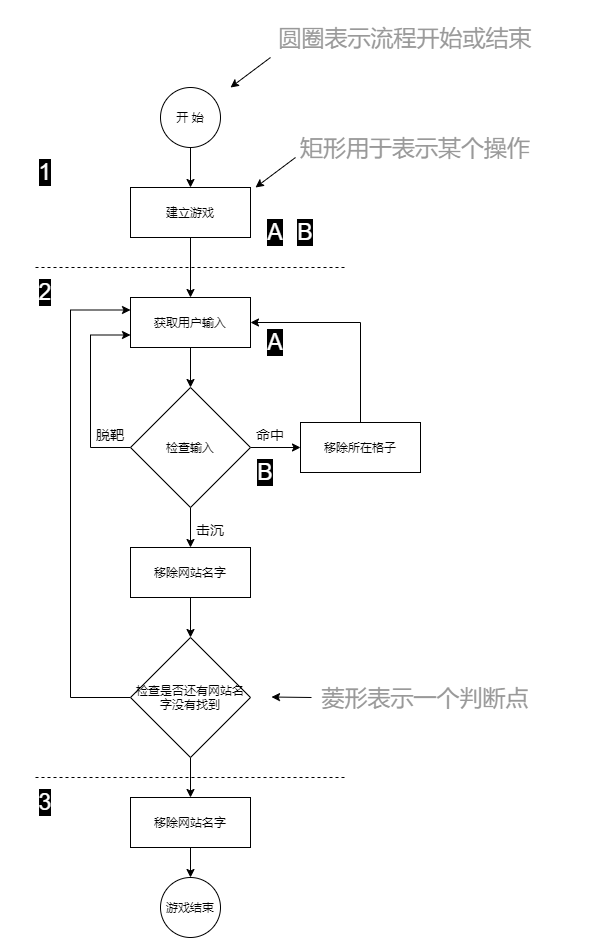
Earlier version of the draw.io export docs/images/Ch05.png (gnu4cn/learningJava). Source tidied: cells renumbered, new cells last; positions are measured from the earlier drawing's top-left corner, leaving out a move shared by most shapes.
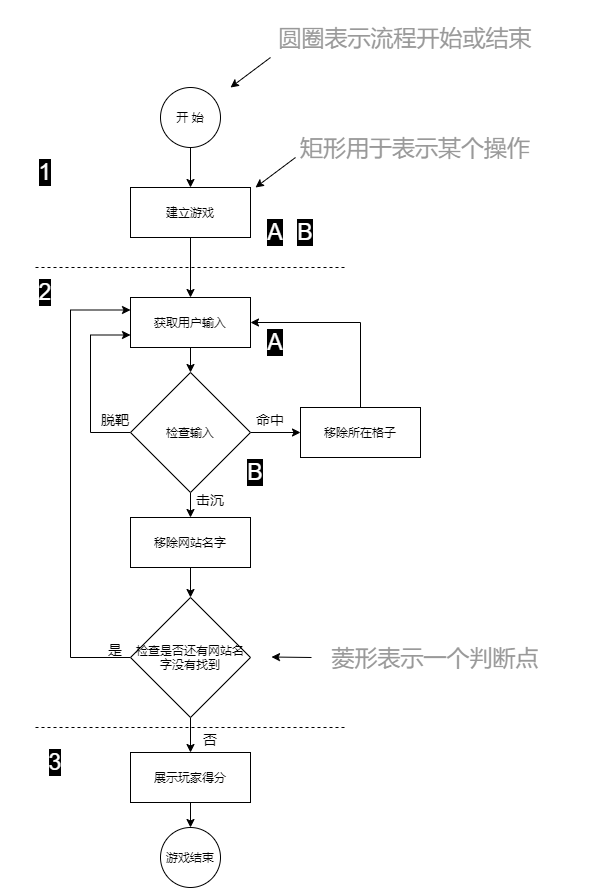
Later version of the same file.

What changed in the source:
```diff
@@ -32,7 +32,7 @@
     <mxCell id="10" style="edgeStyle=orthogonalEdgeStyle;rounded=0;jettySize=auto;html=1;exitX=0;exitY=0.5;exitDx=0;exitDy=0;entryX=0;entryY=0.75;entryDx=0;entryDy=0;fontSize=23;fontColor=#FFFFFF;" parent="1" edge="1" source="12" target="8">
       <mxGeometry relative="1" as="geometry">
         <Array as="points">
-          <mxPoint x="90" y="420" />
+          <mxPoint x="90" y="405" />
           <mxPoint x="90" y="308" />
         </Array>
       </mxGeometry>
@@ -41,13 +41,13 @@
       <mxGeometry relative="1" as="geometry" />
     </mxCell>
     <mxCell id="12" value="检查输入" style="rhombus;whiteSpace=wrap;html=1;" parent="1" vertex="1">
-      <mxGeometry x="130" y="360" width="120" height="120" as="geometry" />
+      <mxGeometry x="130" y="345" width="120" height="120" as="geometry" />
     </mxCell>
     <mxCell id="13" style="edgeStyle=orthogonalEdgeStyle;rounded=0;jettySize=auto;html=1;exitX=0.5;exitY=1;exitDx=0;exitDy=0;entryX=0.5;entryY=0;entryDx=0;entryDy=0;" parent="1" edge="1" source="14" target="18">
       <mxGeometry relative="1" as="geometry" />
     </mxCell>
     <mxCell id="14" value="移除网站名字" style="rounded=0;whiteSpace=wrap;html=1;" parent="1" vertex="1">
-      <mxGeometry x="130" y="520" width="120" height="50" as="geometry" />
+      <mxGeometry x="130" y="490" width="120" height="50" as="geometry" />
     </mxCell>
     <mxCell id="15" style="edgeStyle=orthogonalEdgeStyle;rounded=0;jettySize=auto;html=1;exitX=0.5;exitY=1;exitDx=0;exitDy=0;entryX=0.5;entryY=0;entryDx=0;entryDy=0;" parent="1" edge="1" source="21" target="19">
       <mxGeometry relative="1" as="geometry" />
@@ -58,25 +58,25 @@
     <mxCell id="17" style="edgeStyle=orthogonalEdgeStyle;rounded=0;jettySize=auto;html=1;exitX=0;exitY=0.5;exitDx=0;exitDy=0;entryX=0;entryY=0.25;entryDx=0;entryDy=0;fontSize=23;fontColor=#FFFFFF;" parent="1" edge="1" source="18" target="8">
       <mxGeometry relative="1" as="geometry">
         <Array as="points">
-          <mxPoint x="70" y="670" />
+          <mxPoint x="70" y="630" />
           <mxPoint x="70" y="283" />
         </Array>
       </mxGeometry>
     </mxCell>
     <mxCell id="18" value="检查是否还有网站名字没有找到" style="rhombus;whiteSpace=wrap;html=1;" parent="1" vertex="1">
-      <mxGeometry x="130" y="610" width="120" height="120" as="geometry" />
+      <mxGeometry x="130" y="570" width="120" height="120" as="geometry" />
     </mxCell>
     <mxCell id="19" value="游戏结束" style="ellipse;whiteSpace=wrap;html=1;" parent="1" vertex="1">
-      <mxGeometry x="160" y="850" width="60" height="60" as="geometry" />
+      <mxGeometry x="160" y="800" width="60" height="60" as="geometry" />
     </mxCell>
     <mxCell id="20" style="endArrow=none;dashed=1;html=1;" parent="1" edge="1">
       <mxGeometry relative="1" as="geometry">
-        <mxPoint x="35" y="750" as="sourcePoint" />
-        <mxPoint x="345" y="750" as="targetPoint" />
+        <mxPoint x="35" y="700" as="sourcePoint" />
+        <mxPoint x="345" y="700" as="targetPoint" />
       </mxGeometry>
     </mxCell>
-    <mxCell id="21" value="移除网站名字" style="rounded=0;whiteSpace=wrap;html=1;" parent="1" vertex="1">
-      <mxGeometry x="130" y="770" width="120" height="50" as="geometry" />
+    <mxCell id="21" value="展示玩家得分" style="rounded=0;whiteSpace=wrap;html=1;" parent="1" vertex="1">
+      <mxGeometry x="130" y="725" width="120" height="50" as="geometry" />
     </mxCell>
     <mxCell id="22" value="1" style="text;html=1;strokeColor=none;fillColor=none;align=center;verticalAlign=middle;whiteSpace=wrap;rounded=1;fontColor=#FFFFFF;labelBackgroundColor=#000000;fontSize=23;" parent="1" vertex="1">
       <mxGeometry y="110" width="90" height="70" as="geometry" />
@@ -85,7 +85,7 @@
       <mxGeometry y="230" width="90" height="70" as="geometry" />
     </mxCell>
     <mxCell id="24" value="3" style="text;html=1;strokeColor=none;fillColor=none;align=center;verticalAlign=middle;whiteSpace=wrap;rounded=1;fontColor=#FFFFFF;labelBackgroundColor=#000000;fontSize=23;" parent="1" vertex="1">
-      <mxGeometry y="740" width="90" height="70" as="geometry" />
+      <mxGeometry x="10" y="700" width="90" height="70" as="geometry" />
     </mxCell>
     <mxCell id="25" value="A" style="text;html=1;strokeColor=none;fillColor=none;align=center;verticalAlign=middle;whiteSpace=wrap;rounded=1;fontColor=#FFFFFF;labelBackgroundColor=#000000;fontSize=23;" parent="1" vertex="1">
       <mxGeometry x="230" y="170" width="90" height="70" as="geometry" />
@@ -97,10 +97,10 @@
       <mxGeometry relative="1" as="geometry" />
     </mxCell>
     <mxCell id="28" value="移除所在格子" style="rounded=0;whiteSpace=wrap;html=1;" parent="1" vertex="1">
-      <mxGeometry x="300" y="395" width="120" height="50" as="geometry" />
+      <mxGeometry x="300" y="380" width="120" height="50" as="geometry" />
     </mxCell>
     <mxCell id="29" value="B" style="text;html=1;strokeColor=none;fillColor=none;align=center;verticalAlign=middle;whiteSpace=wrap;rounded=1;fontColor=#FFFFFF;labelBackgroundColor=#000000;fontSize=23;" parent="1" vertex="1">
-      <mxGeometry x="220" y="410" width="90" height="70" as="geometry" />
+      <mxGeometry x="210" y="410" width="90" height="70" as="geometry" />
     </mxCell>
     <mxCell id="30" value="A" style="text;html=1;strokeColor=none;fillColor=none;align=center;verticalAlign=middle;whiteSpace=wrap;rounded=1;fontColor=#FFFFFF;labelBackgroundColor=#000000;fontSize=23;" parent="1" vertex="1">
       <mxGeometry x="230" y="280" width="90" height="70" as="geometry" />
@@ -129,23 +129,32 @@
         </Array>
       </mxGeometry>
     </mxCell>
-    <mxCell id="35" value="&lt;blockquote&gt;&lt;font face=&quot;Comic Sans MS&quot;&gt;菱形表示一个判断点&lt;/font&gt;&lt;/blockquote&gt;" style="text;html=1;strokeColor=none;fillColor=none;align=center;verticalAlign=middle;whiteSpace=wrap;rounded=0;labelBackgroundColor=none;fontSize=23;fontColor=#999999;" parent="1" vertex="1">
-      <mxGeometry x="250" y="660" width="350" height="20" as="geometry" />
-    </mxCell>
-    <mxCell id="36" style="endArrow=classic;html=1;labelBackgroundColor=none;fontSize=23;fontColor=#666666;" parent="1" edge="1">
-      <mxGeometry relative="1" as="geometry">
-        <mxPoint x="311" y="670" as="sourcePoint" />
-        <mxPoint x="271" y="669.5" as="targetPoint" />
-      </mxGeometry>
-    </mxCell>
     <mxCell id="37" value="&lt;font style=&quot;font-size: 14px&quot; color=&quot;#000000&quot;&gt;命中&lt;/font&gt;" style="text;html=1;strokeColor=none;fillColor=none;align=center;verticalAlign=middle;whiteSpace=wrap;rounded=0;labelBackgroundColor=none;fontSize=23;fontColor=#666666;" parent="1" vertex="1">
-      <mxGeometry x="240" y="395" width="60" height="20" as="geometry" />
+      <mxGeometry x="240" y="380" width="60" height="20" as="geometry" />
     </mxCell>
     <mxCell id="38" value="&lt;font style=&quot;font-size: 14px&quot; color=&quot;#000000&quot;&gt;击沉&lt;/font&gt;" style="text;html=1;strokeColor=none;fillColor=none;align=center;verticalAlign=middle;whiteSpace=wrap;rounded=0;labelBackgroundColor=none;fontSize=23;fontColor=#666666;" parent="1" vertex="1">
-      <mxGeometry x="180" y="490" width="60" height="20" as="geometry" />
+      <mxGeometry x="180" y="460" width="60" height="20" as="geometry" />
     </mxCell>
     <mxCell id="39" value="&lt;font style=&quot;font-size: 14px&quot; color=&quot;#000000&quot;&gt;脱靶&lt;/font&gt;" style="text;html=1;strokeColor=none;fillColor=none;align=center;verticalAlign=middle;whiteSpace=wrap;rounded=0;labelBackgroundColor=none;fontSize=23;fontColor=#666666;" parent="1" vertex="1">
-      <mxGeometry x="80" y="395" width="60" height="20" as="geometry" />
+      <mxGeometry x="85" y="380" width="60" height="20" as="geometry" />
     </mxCell>
+    <mxCell id="40" value="&lt;font style=&quot;font-size: 14px&quot; color=&quot;#000000&quot;&gt;否&lt;/font&gt;" style="text;html=1;strokeColor=none;fillColor=none;align=center;verticalAlign=middle;whiteSpace=wrap;rounded=0;labelBackgroundColor=none;fontSize=23;fontColor=#666666;" parent="1" vertex="1">
+      <mxGeometry x="200" y="700" width="20" height="20" as="geometry" />
+    </mxCell>
+    <mxCell id="41" value="&lt;font style=&quot;font-size: 14px&quot; color=&quot;#000000&quot;&gt;是&lt;/font&gt;" style="text;html=1;strokeColor=none;fillColor=none;align=center;verticalAlign=middle;whiteSpace=wrap;rounded=0;labelBackgroundColor=none;fontSize=23;fontColor=#666666;" parent="1" vertex="1">
+      <mxGeometry x="100" y="610" width="30" height="20" as="geometry" />
+    </mxCell>
+    <mxCell id="42" style="group;" parent="1" vertex="1">
+      <mxGeometry x="250" y="620" width="360" height="20" as="geometry" />
+    </mxCell>
+    <mxCell id="36" style="endArrow=classic;html=1;labelBackgroundColor=none;fontSize=23;fontColor=#666666;" parent="42" edge="1">
+      <mxGeometry relative="1" as="geometry">
+        <mxPoint x="61" y="10" as="sourcePoint" />
+        <mxPoint x="21" y="9.5" as="targetPoint" />
+      </mxGeometry>
+    </mxCell>
+    <mxCell id="35" value="&lt;blockquote&gt;&lt;font face=&quot;Comic Sans MS&quot;&gt;菱形表示一个判断点&lt;/font&gt;&lt;/blockquote&gt;" style="text;html=1;strokeColor=none;fillColor=none;align=center;verticalAlign=middle;whiteSpace=wrap;rounded=0;labelBackgroundColor=none;fontSize=23;fontColor=#999999;" parent="42" vertex="1">
+      <mxGeometry x="10" width="350" height="20" as="geometry" />
+    </mxCell>
   </root>
 </mxGraphModel>
```
